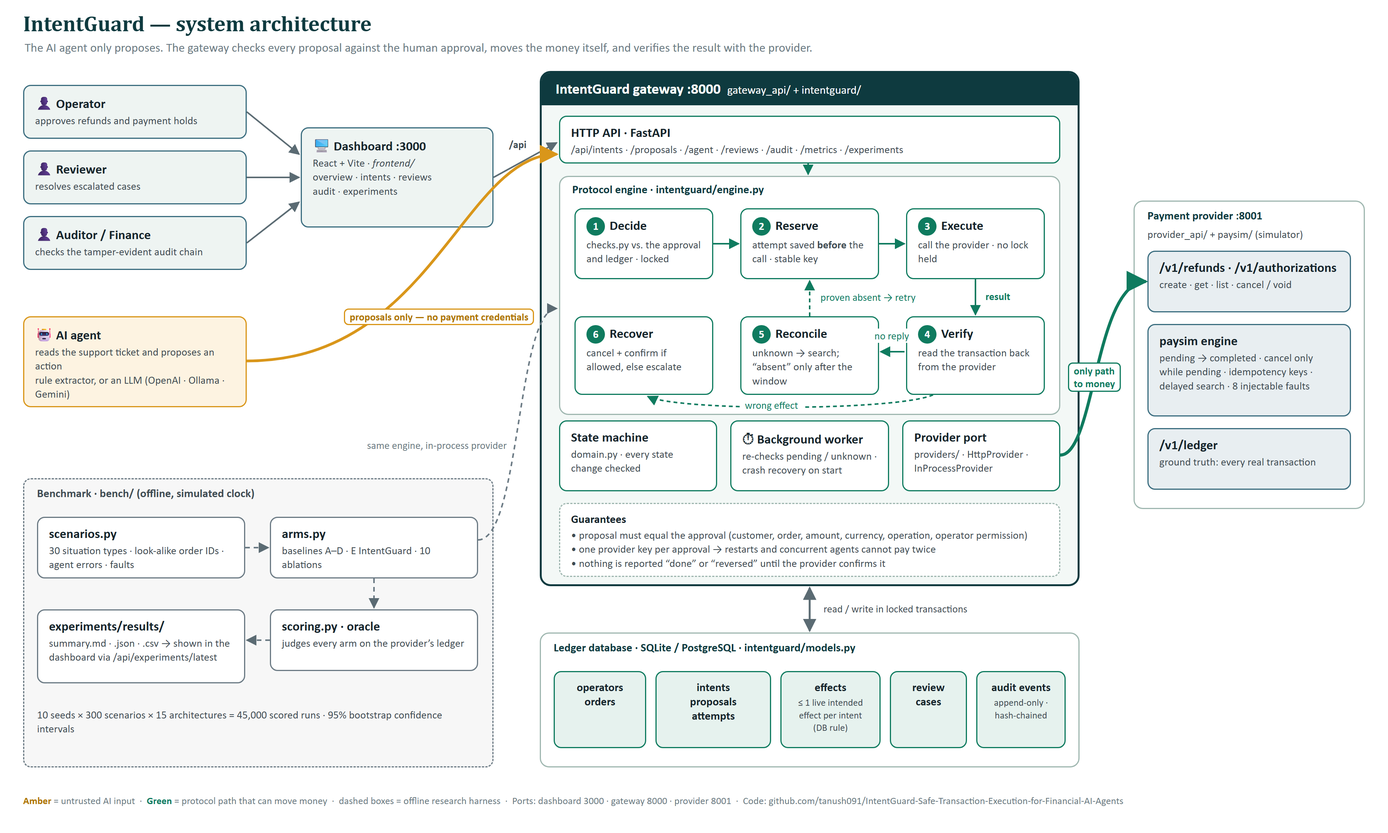
Before: docs/diagrams/intentguard_architecture.png, a diagram exported from Mermaid (tanush091/IntentGuard-Safe-Transaction-Execution-for-Financial-AI-Agents). Its source is kept beside it as docs/diagrams/intentguard_architecture.mmd.
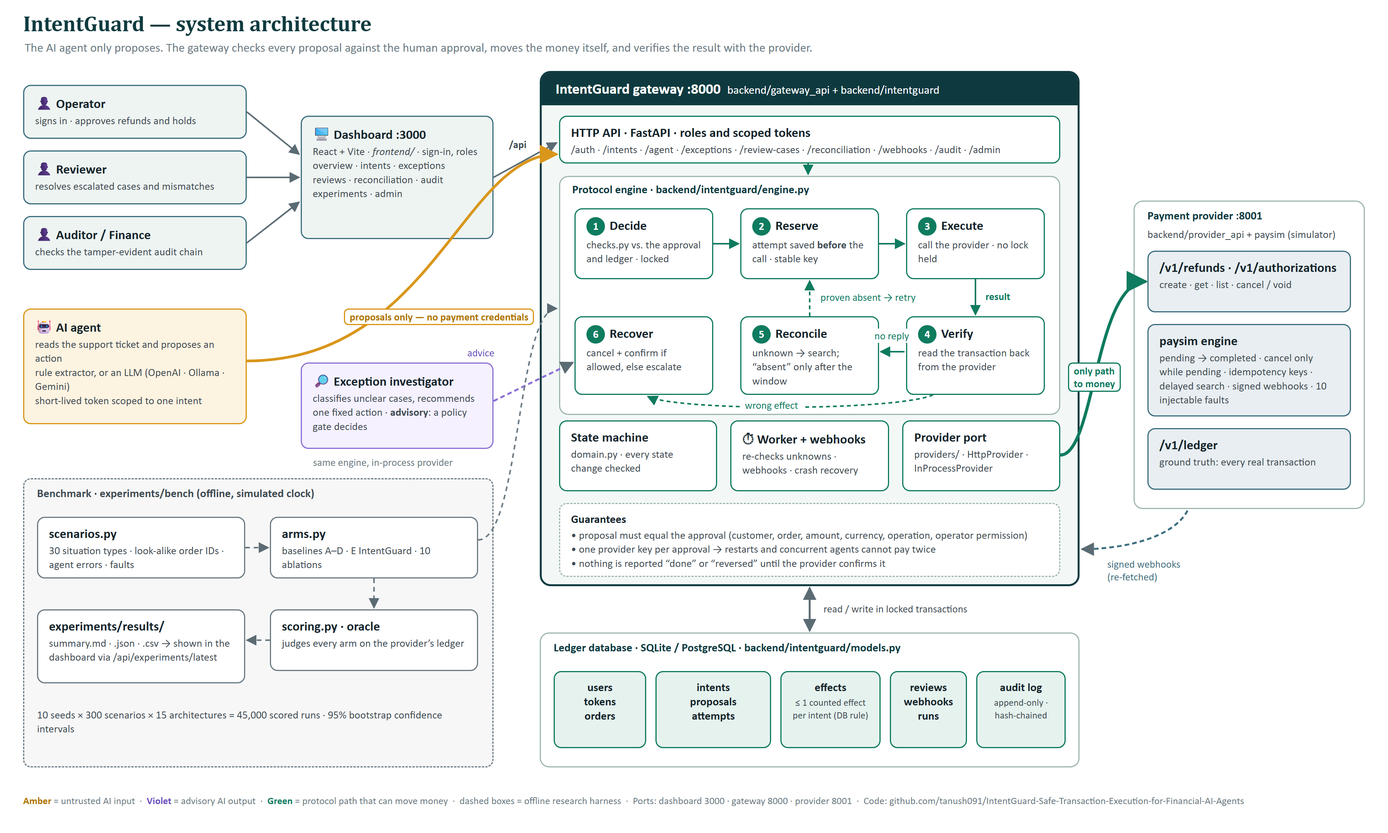
After the commit.

Diff of the diagram source:
```diff
@@ -9,17 +9,17 @@
 
     subgraph USERS["Users"]
         direction TB
-        OP["👤 Operator<br/><small>approves refunds / holds</small>"]:::person
-        RV["👤 Reviewer<br/><small>resolves escalations</small>"]:::person
+        OP["👤 Operator<br/><small>signs in · approves refunds / holds</small>"]:::person
+        RV["👤 Reviewer<br/><small>resolves escalations and mismatches</small>"]:::person
         AU["👤 Auditor / Finance<br/><small>verifies the audit chain</small>"]:::person
-        AG["🤖 AI agent<br/><small>rule extractor or LLM<br/>(OpenAI · Ollama · Gemini)</small>"]:::agent
+        AG["🤖 AI agent<br/><small>rule extractor or LLM<br/>(OpenAI · Ollama · Gemini)<br/>token scoped to one intent</small>"]:::agent
     end
 
-    UI["🖥️ Dashboard :3000<br/><small>React + Vite · frontend/</small><br/><small>overview · intents · reviews · audit · experiments</small>"]:::person
+    UI["🖥️ Dashboard :3000<br/><small>React + Vite · frontend/</small><br/><small>sign-in · overview · intents · exceptions · reviews<br/>reconciliation · audit · experiments · admin</small>"]:::person
 
     subgraph GATEWAY["IntentGuard gateway :8000  (backend/gateway_api + backend/intentguard)"]
         direction TB
-        API["HTTP API · FastAPI<br/><small>/api/intents · /proposals · /agent<br/>/reviews · /audit · /metrics · /experiments</small>"]:::step
+        API["HTTP API · FastAPI · roles and scoped tokens<br/><small>/api/auth · /intents · /proposals · /agent · /exceptions<br/>/review-cases · /reconciliation · /webhooks · /audit · /admin</small>"]:::step
 
         subgraph ENGINE["Protocol engine · backend/intentguard/engine.py"]
             direction LR
@@ -35,8 +35,8 @@
             RC -.->|proven absent| R
         end
 
-        SM["State machine · domain.py<br/><small>AUTHORIZED → IN_FLIGHT → COMPLETED<br/>OUTCOME_UNKNOWN · DISCREPANCY · NEEDS_REVIEW</small>"]:::step
-        WK["⏱ Background worker<br/><small>re-checks pending / unknown<br/>startup crash recovery</small>"]:::step
+        SM["State machine · domain.py<br/><small>AUTHORIZED → IN_FLIGHT → EXECUTING → COMPLETED<br/>UNKNOWN · RECONCILING · DISCREPANCY · ESCALATED · CANCEL_REQUESTED</small>"]:::step
+        WK["⏱ Worker + webhooks<br/><small>re-checks pending / unknown<br/>signed events re-fetched · crash recovery</small>"]:::step
         PORT["Provider port · providers/base.py<br/><small>HttpProvider · InProcessProvider</small>"]:::step
 
         API --> ENGINE
@@ -47,17 +47,17 @@
 
     subgraph LEDGER["Ledger database · SQLite / PostgreSQL · models.py"]
         direction TB
-        T1[("operators · orders")]:::store
-        T2[("intents · proposals · attempts")]:::store
-        T3[("effects<br/><small>≤ 1 live intended effect per intent</small>")]:::store
-        T4[("review_cases")]:::store
-        T5[("audit_events<br/><small>append-only · hash-chained</small>")]:::store
+        T1[("users · tokens · orders")]:::store
+        T2[("intents · proposals · decisions · attempts")]:::store
+        T3[("effects<br/><small>≤ 1 counted effect per intent</small>")]:::store
+        T4[("review_cases · webhook_events<br/>reconciliation runs · mismatches · investigations")]:::store
+        T5[("audit_logs<br/><small>append-only · hash-chained</small>")]:::store
     end
 
     subgraph PROVIDER["Payment provider :8001 · backend/provider_api + backend/paysim"]
         direction TB
         PAPI["/v1/refunds · /v1/authorizations<br/><small>create · get · list · cancel / void</small>"]:::provider
-        SIMU["paysim simulator<br/><small>pending → completed · idempotency keys<br/>delayed search · 8 injectable faults</small>"]:::provider
+        SIMU["paysim simulator<br/><small>pending → completed · idempotency keys<br/>delayed search · signed webhooks · 10 injectable faults</small>"]:::provider
         GT[("/v1/ledger<br/><small>ground truth</small>")]:::provider
         PAPI --> SIMU --> GT
     end
@@ -77,6 +77,9 @@
     UI -->|/api| API
     AG ==>|"proposals only<br/>(no payment credentials)"| API
 
+    INV["🔎 Exception investigator<br/><small>advisory · a policy gate decides</small>"]:::agent
+    INV -.->|advice| ENGINE
+    SIMU -.->|signed webhooks, re-fetched| API
     ENGINE <-->|read / write| LEDGER
     PORT ==>|"the only path to money"| PAPI
 
```
